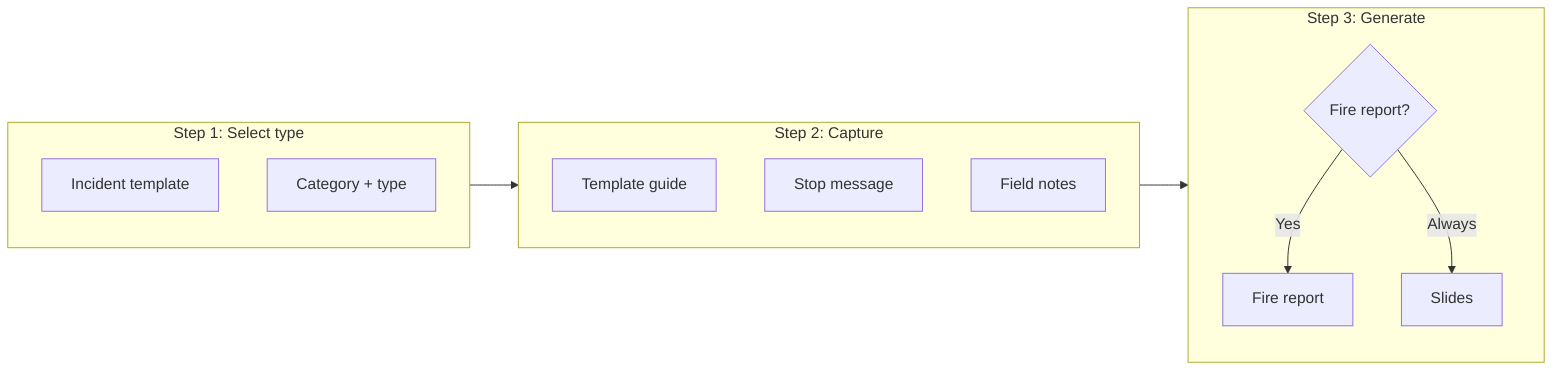
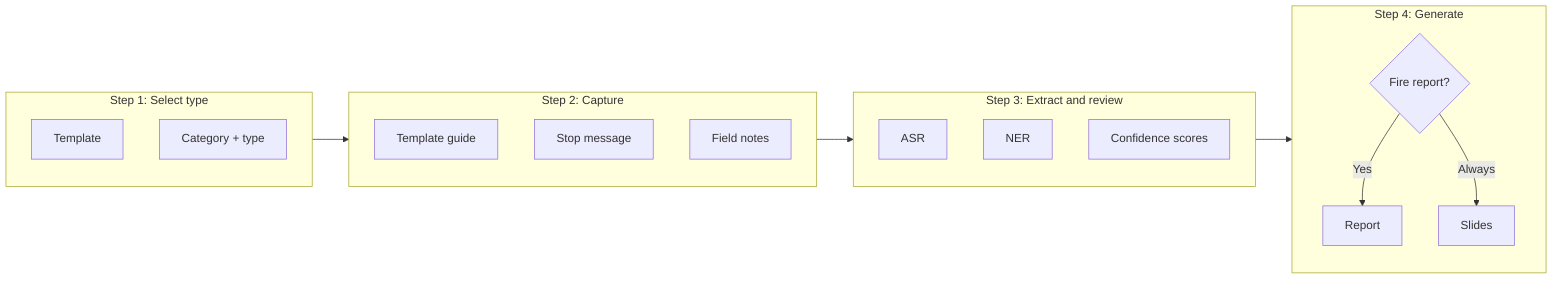
flowchart LR
    subgraph step1 ["Step 1: Select type"]
        direction TB
-         T1["Incident template"]
+         T1["Template"]
        T2["Category + type"]
    end

    subgraph step2 ["Step 2: Capture"]
        direction TB
        C1["Template guide"]
        C2["Stop message"]
        C3["Field notes"]
    end

-     subgraph step3 ["Step 3: Generate"]
+     subgraph pipeline ["Step 3: Extract and review"]
+         direction TB
+         P1["ASR"]
+         P2["NER"]
+         P3["Confidence scores"]
+     end
+ 
+     subgraph step4 ["Step 4: Generate"]
        direction TB
        G1{"Fire report?"}
-         G1 -->|Yes| G2["Fire report"]
+         G1 -->|Yes| G2["Report"]
        G1 -->|Always| G3["Slides"]
    end

-     step1 --> step2 --> step3
+     step1 --> step2 --> pipeline --> step4
